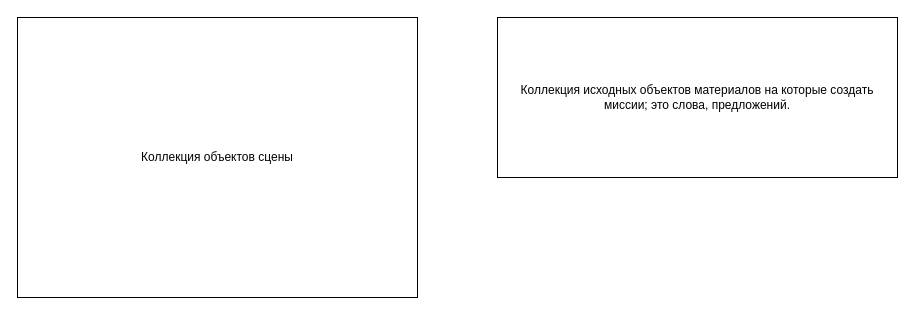
Above: doc/Страница объект строительства.drawio in aleshin-roman-nk/lngCollector2 (draw.io), before the change. Source tidied: cells renumbered, new cells numbered last; positions are measured from the earlier drawing's top-left corner, leaving out a move shared by most shapes. Both pictures are drawn from the tidied source at 100%, with x=0, y=0 at pixel (17, 17).
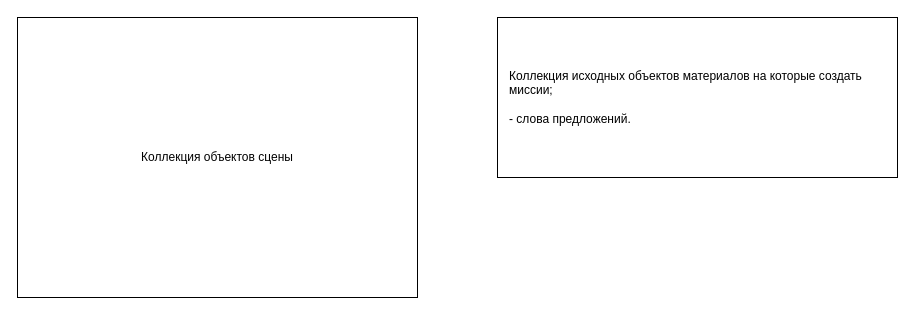
After the change.

Diff of the diagram source:
```diff
@@
 <mxGraphModel>
   <root>
     <mxCell id="0" />
     <mxCell id="1" parent="0" />
     <mxCell id="2" value="Коллекция объектов сцены" style="rounded=0;whiteSpace=wrap;html=1;" parent="1" vertex="1">
       <mxGeometry width="400" height="280" as="geometry" />
     </mxCell>
-    <mxCell id="3" value="Коллекция исходных объектов материалов на которые создать миссии; это слова, предложений." style="rounded=0;whiteSpace=wrap;html=1;" parent="1" vertex="1">
+    <mxCell id="3" value="Коллекция исходных объектов материалов на которые создать миссии;&lt;br&gt;&lt;br&gt;- слова предложений." style="rounded=0;whiteSpace=wrap;html=1;align=left;spacingLeft=10;" parent="1" vertex="1">
       <mxGeometry x="480" width="400" height="160" as="geometry" />
     </mxCell>
   </root>
 </mxGraphModel>
```
